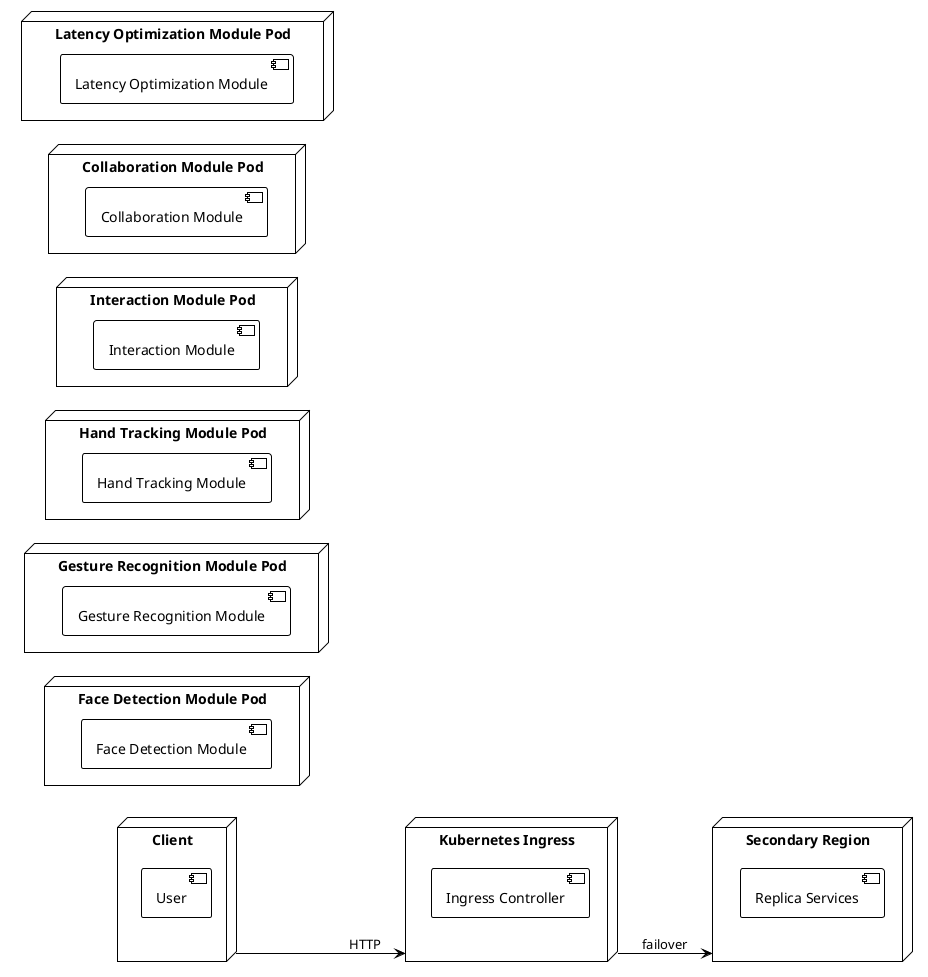
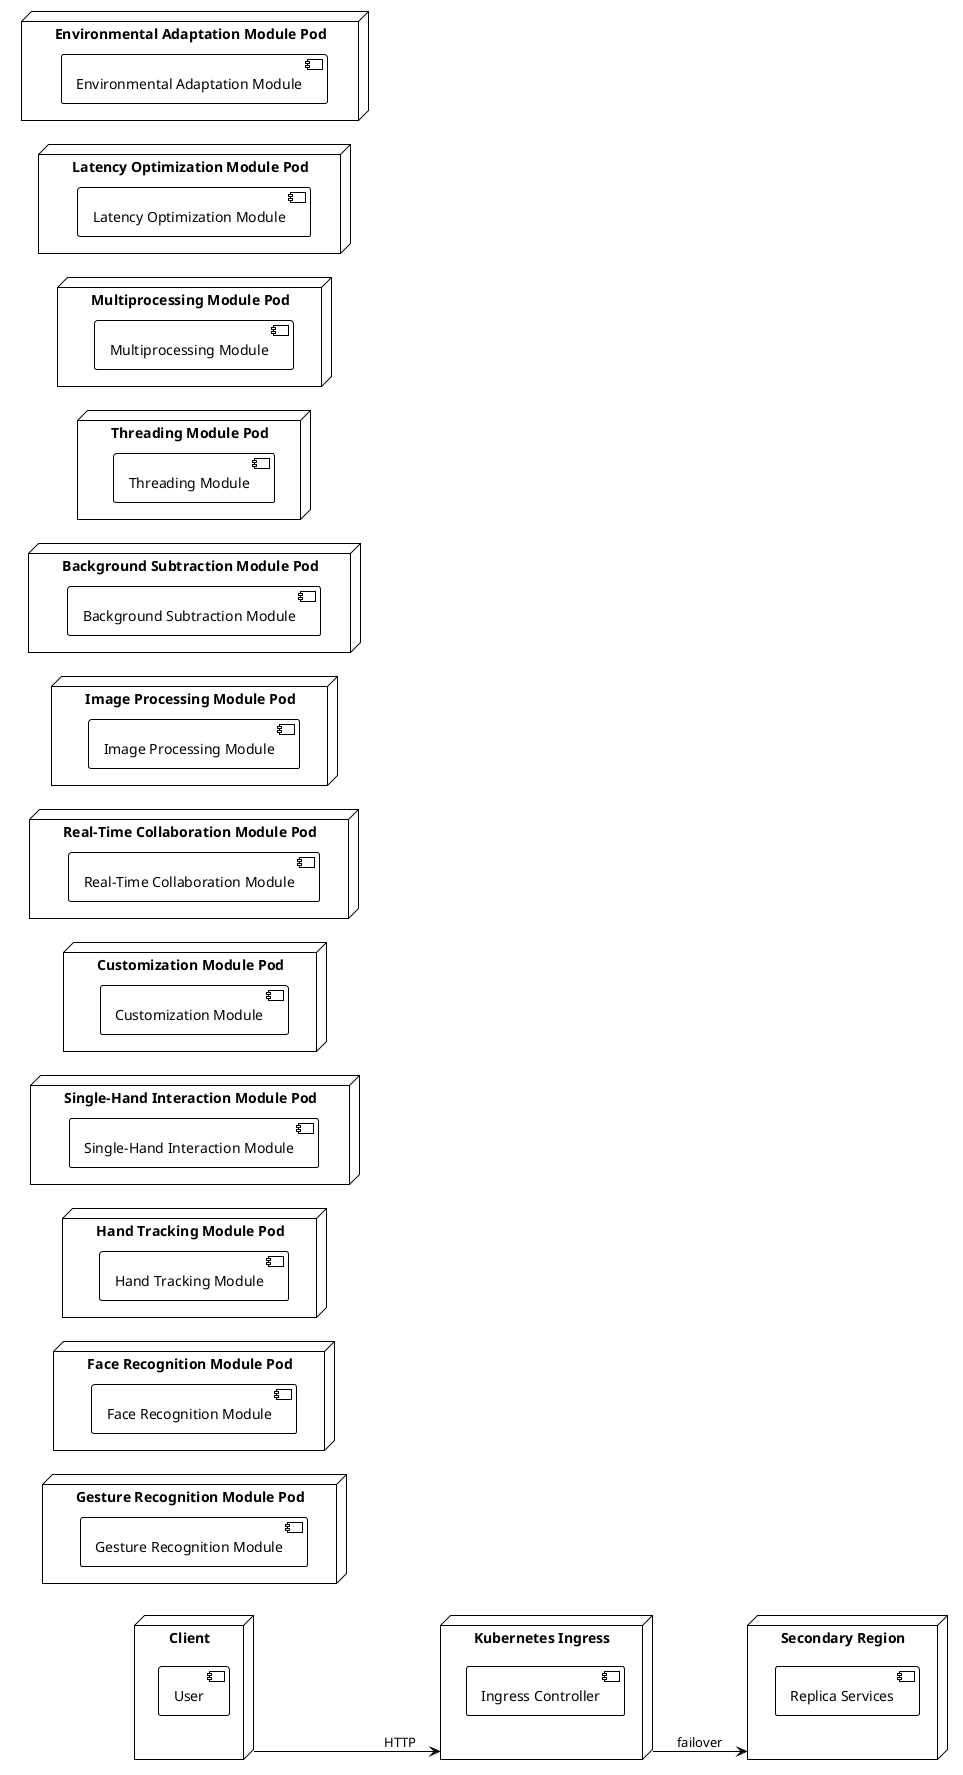
@startuml
!theme plain
left to right direction
node "Client" {
  component "User"
}
node "Kubernetes Ingress" as IngressController {
  component "Ingress Controller"
}
- node "Face Detection Module Pod" as FaceDetectionModulePod {
-   component "Face Detection Module"
- }
node "Gesture Recognition Module Pod" as GestureRecognitionModulePod {
  component "Gesture Recognition Module"
+ }
+ node "Face Recognition Module Pod" as FaceRecognitionModulePod {
+   component "Face Recognition Module"
}
node "Hand Tracking Module Pod" as HandTrackingModulePod {
  component "Hand Tracking Module"
}
- node "Interaction Module Pod" as InteractionModulePod {
-   component "Interaction Module"
+ node "Single-Hand Interaction Module Pod" as SingleHandInteractionModulePod {
+   component "Single-Hand Interaction Module"
}
- node "Collaboration Module Pod" as CollaborationModulePod {
-   component "Collaboration Module"
+ node "Customization Module Pod" as CustomizationModulePod {
+   component "Customization Module"
+ }
+ node "Real-Time Collaboration Module Pod" as RealTimeCollaborationModulePod {
+   component "Real-Time Collaboration Module"
+ }
+ node "Image Processing Module Pod" as ImageProcessingModulePod {
+   component "Image Processing Module"
+ }
+ node "Background Subtraction Module Pod" as BackgroundSubtractionModulePod {
+   component "Background Subtraction Module"
+ }
+ node "Threading Module Pod" as ThreadingModulePod {
+   component "Threading Module"
+ }
+ node "Multiprocessing Module Pod" as MultiprocessingModulePod {
+   component "Multiprocessing Module"
}
node "Latency Optimization Module Pod" as LatencyOptimizationModulePod {
  component "Latency Optimization Module"
+ }
+ node "Environmental Adaptation Module Pod" as EnvironmentalAdaptationModulePod {
+   component "Environmental Adaptation Module"
}
Client --> IngressController : HTTP
node "Secondary Region" as SecondaryRegion {
  component "Replica Services"
}
IngressController --> SecondaryRegion : failover
@enduml